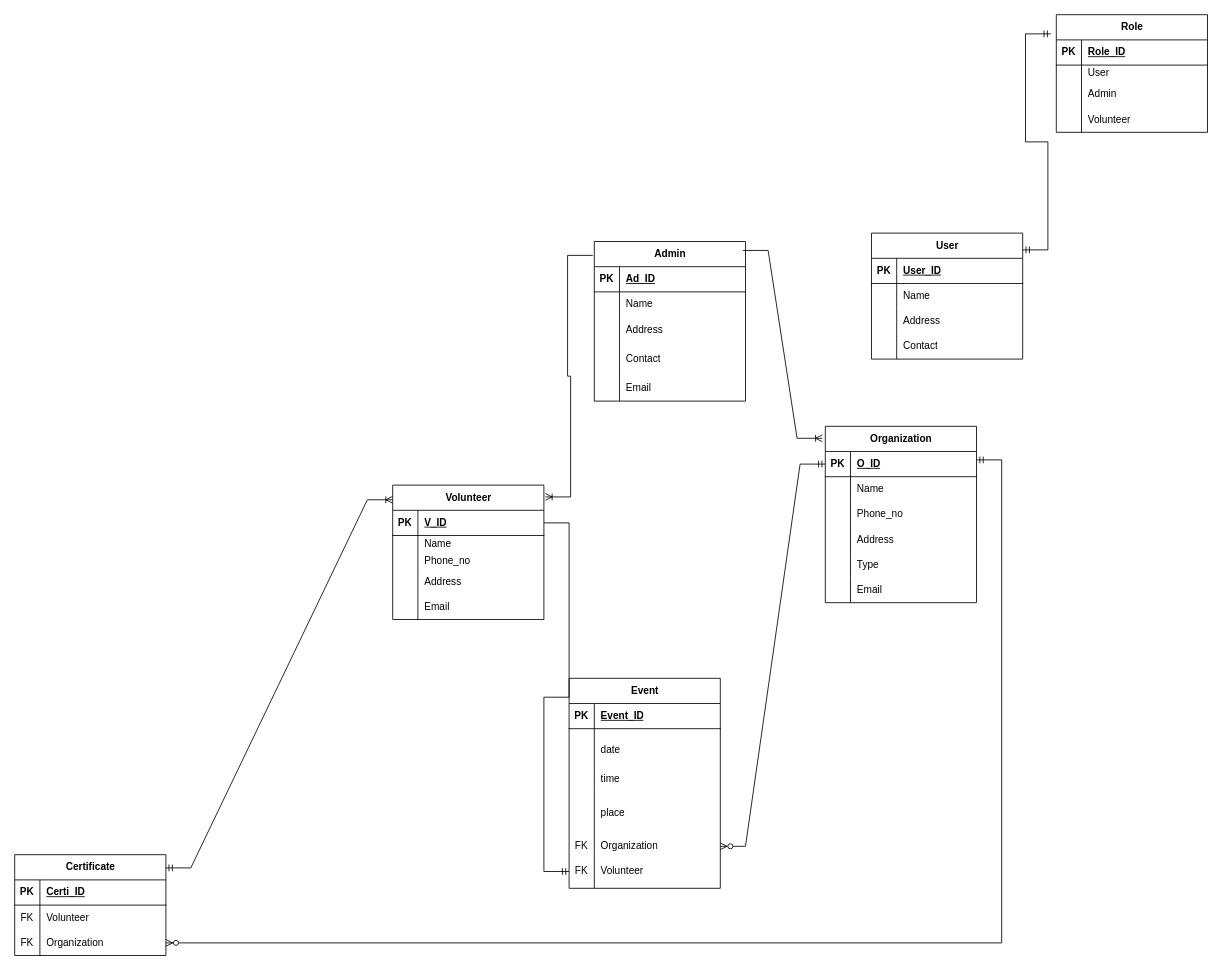
This is Untitled Diagram.drawio from Anisha01-1/System-moodeling, a draw.io file, before an edit. Source tidied: cells renumbered, new cells numbered last; positions are measured from the earlier drawing's top-left corner, leaving out a move shared by most shapes. Both pictures are drawn from the tidied source at 84%, with x=0, y=0 at pixel (14, 14).
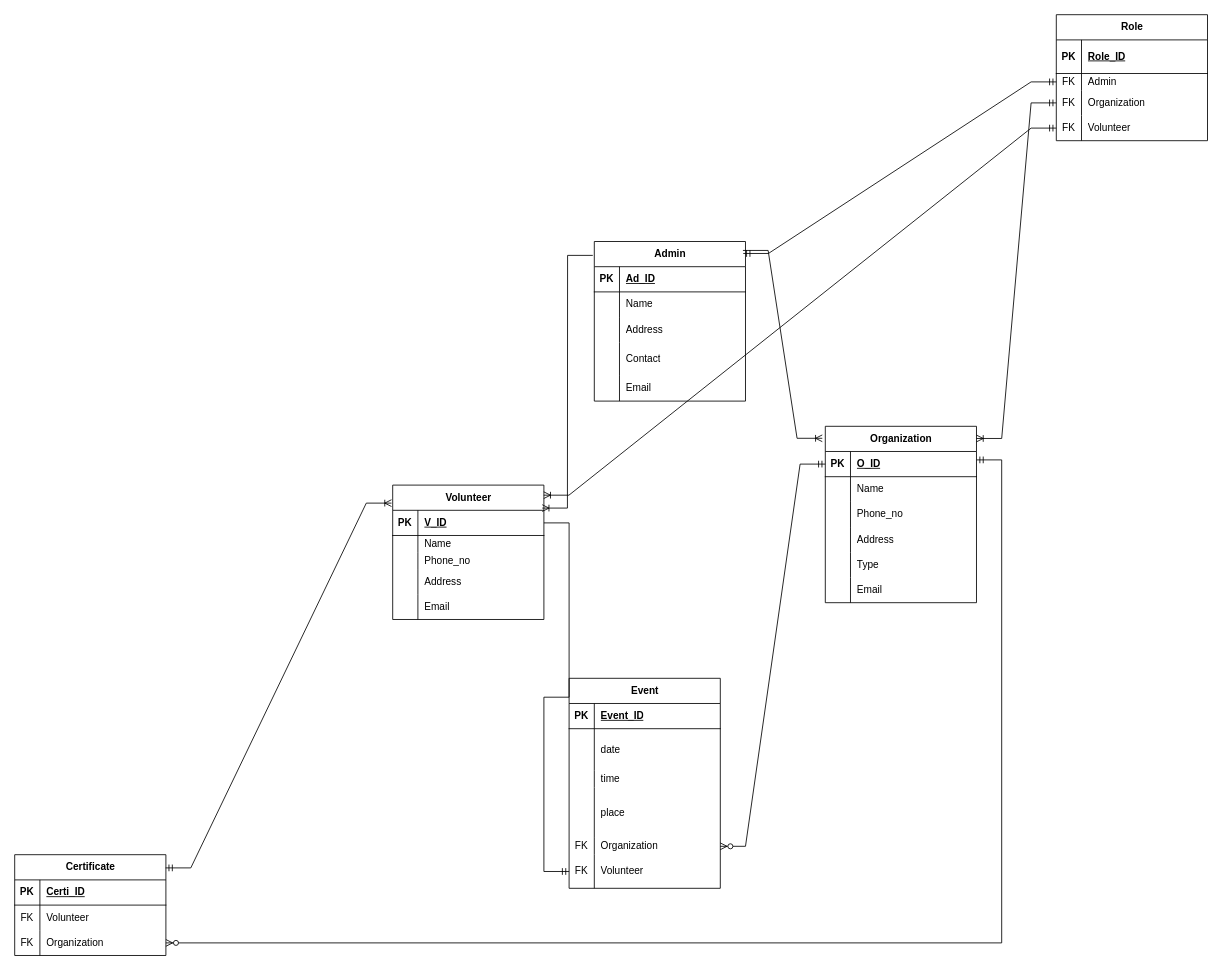
After the change.

The change refers to these unchanged cells:
```xml
<mxCell id="2" value="Volunteer" style="shape=table;startSize=30;childLayout=tableLayout;rowLines=0;fontStyle=1;align=center;html=1;" parent="1" vertex="1">
  <mxGeometry x="450" y="560" width="180" height="160" as="geometry" />
</mxCell>
<mxCell id="3" style="shape=tableRow;horizontal=0;startSize=0;swimlaneHead=0;swimlaneBody=0;fillColor=none;points=[[0,0.5],[1,0.5]];portConstraint=eastwest;top=0;left=0;right=0;bottom=1;" parent="2" vertex="1">
  <mxGeometry y="30" width="180" height="30" as="geometry" />
</mxCell>
<mxCell id="18" value="Organization" style="shape=table;startSize=30;childLayout=tableLayout;rowLines=0;fontStyle=1;align=center;html=1;" parent="1" vertex="1">
  <mxGeometry x="965" y="490" width="180" height="210" as="geometry" />
</mxCell>
<mxCell id="56" value="Certificate" style="shape=table;startSize=30;childLayout=tableLayout;rowLines=0;fontStyle=1;align=center;html=1;" parent="1" vertex="1">
  <mxGeometry y="1000" width="180" height="120" as="geometry" />
</mxCell>
<mxCell id="92" value="Admin" style="shape=table;startSize=30;childLayout=tableLayout;rowLines=0;fontStyle=1;align=center;html=1;" parent="1" vertex="1">
  <mxGeometry x="690" y="270" width="180" height="190" as="geometry" />
</mxCell>
```

Change to the diagram source:
```diff
@@
-    <mxCell id="66" value="User" style="shape=table;startSize=30;childLayout=tableLayout;rowLines=0;fontStyle=1;align=center;html=1;" parent="1" vertex="1">
-      <mxGeometry x="1020" y="260" width="180" height="150" as="geometry" />
-    </mxCell>
-    <mxCell id="67" style="shape=tableRow;horizontal=0;startSize=0;swimlaneHead=0;swimlaneBody=0;fillColor=none;top=0;left=0;right=0;bottom=1;" parent="66" vertex="1">
-      <mxGeometry y="30" width="180" height="30" as="geometry" />
-    </mxCell>
-    <mxCell id="68" value="PK" style="shape=partialRectangle;fillColor=none;top=0;left=0;bottom=0;right=0;fontStyle=1;overflow=hidden;whiteSpace=wrap;html=1;" parent="67" vertex="1">
-      <mxGeometry width="30" height="30" as="geometry" />
-    </mxCell>
-    <mxCell id="69" value="User_ID" style="shape=partialRectangle;fillColor=none;top=0;left=0;bottom=0;right=0;align=left;spacingLeft=6;fontStyle=5;overflow=hidden;whiteSpace=wrap;html=1;" parent="67" vertex="1">
-      <mxGeometry x="30" width="150" height="30" as="geometry" />
-    </mxCell>
-    <mxCell id="70" style="shape=tableRow;horizontal=0;startSize=0;swimlaneHead=0;swimlaneBody=0;fillColor=none;top=0;left=0;right=0;bottom=0;" parent="66" vertex="1">
-      <mxGeometry y="60" width="180" height="30" as="geometry" />
-    </mxCell>
-    <mxCell id="71" style="shape=partialRectangle;fillColor=none;top=0;left=0;bottom=0;right=0;overflow=hidden;whiteSpace=wrap;html=1;" parent="70" vertex="1">
-      <mxGeometry width="30" height="30" as="geometry" />
-    </mxCell>
-    <mxCell id="72" value="Name" style="shape=partialRectangle;fillColor=none;top=0;left=0;bottom=0;right=0;align=left;spacingLeft=6;overflow=hidden;whiteSpace=wrap;html=1;" parent="70" vertex="1">
-      <mxGeometry x="30" width="150" height="30" as="geometry" />
-    </mxCell>
-    <mxCell id="73" style="shape=tableRow;horizontal=0;startSize=0;swimlaneHead=0;swimlaneBody=0;fillColor=none;top=0;left=0;right=0;bottom=0;" parent="66" vertex="1">
-      <mxGeometry y="90" width="180" height="30" as="geometry" />
-    </mxCell>
-    <mxCell id="74" style="shape=partialRectangle;fillColor=none;top=0;left=0;bottom=0;right=0;overflow=hidden;whiteSpace=wrap;html=1;" parent="73" vertex="1">
-      <mxGeometry width="30" height="30" as="geometry" />
-    </mxCell>
-    <mxCell id="75" value="Address" style="shape=partialRectangle;fillColor=none;top=0;left=0;bottom=0;right=0;align=left;spacingLeft=6;overflow=hidden;whiteSpace=wrap;html=1;" parent="73" vertex="1">
-      <mxGeometry x="30" width="150" height="30" as="geometry" />
-    </mxCell>
-    <mxCell id="76" style="shape=tableRow;horizontal=0;startSize=0;swimlaneHead=0;swimlaneBody=0;fillColor=none;top=0;left=0;right=0;bottom=0;" parent="66" vertex="1">
-      <mxGeometry y="120" width="180" height="30" as="geometry" />
-    </mxCell>
-    <mxCell id="77" style="shape=partialRectangle;fillColor=none;top=0;left=0;bottom=0;right=0;overflow=hidden;whiteSpace=wrap;html=1;" parent="76" vertex="1">
-      <mxGeometry width="30" height="30" as="geometry" />
-    </mxCell>
-    <mxCell id="78" value="Contact" style="shape=partialRectangle;fillColor=none;top=0;left=0;bottom=0;right=0;align=left;spacingLeft=6;overflow=hidden;whiteSpace=wrap;html=1;" parent="76" vertex="1">
-      <mxGeometry x="30" width="150" height="30" as="geometry" />
-    </mxCell>
     <mxCell id="79" value="Role" style="shape=table;startSize=30;childLayout=tableLayout;rowLines=0;fontStyle=1;align=center;html=1;" parent="1" vertex="1">
-      <mxGeometry x="1240" width="180" height="140" as="geometry" />
+      <mxGeometry x="1240" width="180" height="150" as="geometry" />
     </mxCell>
     <mxCell id="80" style="shape=tableRow;horizontal=0;startSize=0;swimlaneHead=0;swimlaneBody=0;fillColor=none;top=0;left=0;right=0;bottom=1;" parent="79" vertex="1">
-      <mxGeometry y="30" width="180" height="30" as="geometry" />
+      <mxGeometry y="30" width="180" height="40" as="geometry" />
     </mxCell>
     <mxCell id="81" value="PK" style="shape=partialRectangle;fillColor=none;top=0;left=0;bottom=0;right=0;fontStyle=1;overflow=hidden;whiteSpace=wrap;html=1;" parent="80" vertex="1">
-      <mxGeometry width="30" height="30" as="geometry" />
+      <mxGeometry width="30" height="40" as="geometry" />
     </mxCell>
     <mxCell id="82" value="Role_ID" style="shape=partialRectangle;fillColor=none;top=0;left=0;bottom=0;right=0;align=left;spacingLeft=6;fontStyle=5;overflow=hidden;whiteSpace=wrap;html=1;" parent="80" vertex="1">
-      <mxGeometry x="30" width="150" height="30" as="geometry" />
+      <mxGeometry x="30" width="150" height="40" as="geometry" />
     </mxCell>
     <mxCell id="83" style="shape=tableRow;horizontal=0;startSize=0;swimlaneHead=0;swimlaneBody=0;fillColor=none;points=[[0,0.5],[1,0.5]];portConstraint=eastwest;top=0;left=0;right=0;bottom=0;" parent="79" vertex="1">
-      <mxGeometry y="60" width="180" height="20" as="geometry" />
+      <mxGeometry y="70" width="180" height="20" as="geometry" />
     </mxCell>
-    <mxCell id="84" style="shape=partialRectangle;fillColor=none;top=0;left=0;bottom=0;right=0;overflow=hidden;whiteSpace=wrap;html=1;" parent="83" vertex="1">
+    <mxCell id="84" value="FK" style="shape=partialRectangle;fillColor=none;top=0;left=0;bottom=0;right=0;overflow=hidden;whiteSpace=wrap;html=1;" parent="83" vertex="1">
       <mxGeometry width="30" height="20" as="geometry" />
     </mxCell>
-    <mxCell id="85" value="User" style="shape=partialRectangle;fillColor=none;top=0;left=0;bottom=0;right=0;align=left;spacingLeft=6;overflow=hidden;whiteSpace=wrap;html=1;" parent="83" vertex="1">
+    <mxCell id="85" value="Admin" style="shape=partialRectangle;fillColor=none;top=0;left=0;bottom=0;right=0;align=left;spacingLeft=6;overflow=hidden;whiteSpace=wrap;html=1;" parent="83" vertex="1">
       <mxGeometry x="30" width="150" height="20" as="geometry" />
     </mxCell>
     <mxCell id="86" style="shape=tableRow;horizontal=0;startSize=0;swimlaneHead=0;swimlaneBody=0;fillColor=none;points=[[0,0.5],[1,0.5]];portConstraint=eastwest;top=0;left=0;right=0;bottom=0;" parent="79" vertex="1">
-      <mxGeometry y="80" width="180" height="30" as="geometry" />
+      <mxGeometry y="90" width="180" height="30" as="geometry" />
     </mxCell>
-    <mxCell id="87" style="shape=partialRectangle;fillColor=none;top=0;left=0;bottom=0;right=0;overflow=hidden;whiteSpace=wrap;html=1;" parent="86" vertex="1">
+    <mxCell id="87" value="FK" style="shape=partialRectangle;fillColor=none;top=0;left=0;bottom=0;right=0;overflow=hidden;whiteSpace=wrap;html=1;" parent="86" vertex="1">
       <mxGeometry width="30" height="30" as="geometry" />
     </mxCell>
-    <mxCell id="88" value="Admin" style="shape=partialRectangle;fillColor=none;top=0;left=0;bottom=0;right=0;align=left;spacingLeft=6;overflow=hidden;whiteSpace=wrap;html=1;" parent="86" vertex="1">
+    <mxCell id="88" value="Organization" style="shape=partialRectangle;fillColor=none;top=0;left=0;bottom=0;right=0;align=left;spacingLeft=6;overflow=hidden;whiteSpace=wrap;html=1;" parent="86" vertex="1">
       <mxGeometry x="30" width="150" height="30" as="geometry" />
     </mxCell>
     <mxCell id="89" style="shape=tableRow;horizontal=0;startSize=0;swimlaneHead=0;swimlaneBody=0;fillColor=none;points=[[0,0.5],[1,0.5]];portConstraint=eastwest;top=0;left=0;right=0;bottom=0;" parent="79" vertex="1">
-      <mxGeometry y="110" width="180" height="30" as="geometry" />
+      <mxGeometry y="120" width="180" height="30" as="geometry" />
     </mxCell>
-    <mxCell id="90" style="shape=partialRectangle;fillColor=none;top=0;left=0;bottom=0;right=0;overflow=hidden;whiteSpace=wrap;html=1;" parent="89" vertex="1">
+    <mxCell id="90" value="FK" style="shape=partialRectangle;fillColor=none;top=0;left=0;bottom=0;right=0;overflow=hidden;whiteSpace=wrap;html=1;" parent="89" vertex="1">
       <mxGeometry width="30" height="30" as="geometry" />
     </mxCell>
@@
-    <mxCell id="109" style="edgeStyle=entityRelationEdgeStyle;fontSize=12;html=1;endArrow=ERoneToMany;rounded=0;entryX=1.01;entryY=0.088;entryDx=0;entryDy=0;exitX=-0.01;exitY=0.087;exitDx=0;exitDy=0;exitPerimeter=0;entryPerimeter=0;" parent="1" edge="1" source="92" target="2">
+    <mxCell id="109" style="edgeStyle=entityRelationEdgeStyle;fontSize=12;html=1;endArrow=ERoneToMany;rounded=0;entryX=0.989;entryY=0.171;entryDx=0;entryDy=0;exitX=-0.01;exitY=0.087;exitDx=0;exitDy=0;exitPerimeter=0;entryPerimeter=0;" parent="1" edge="1" source="92" target="2">
       <mxGeometry relative="1" as="geometry">
         <Array as="points">
           <mxPoint x="580.4" y="631.1" />
           <mxPoint x="620" y="570" />
           <mxPoint x="640" y="500" />
         </Array>
       </mxGeometry>
     </mxCell>
-    <mxCell id="110" style="edgeStyle=entityRelationEdgeStyle;fontSize=12;html=1;endArrow=ERoneToMany;startArrow=ERmandOne;rounded=0;entryX=-0.001;entryY=-0.418;entryDx=0;entryDy=0;entryPerimeter=0;exitX=0.998;exitY=0.131;exitDx=0;exitDy=0;exitPerimeter=0;" parent="1" edge="1" source="56" target="3">
+    <mxCell id="110" style="edgeStyle=entityRelationEdgeStyle;fontSize=12;html=1;endArrow=ERoneToMany;startArrow=ERmandOne;rounded=0;exitX=0.998;exitY=0.131;exitDx=0;exitDy=0;exitPerimeter=0;entryX=-0.008;entryY=0.134;entryDx=0;entryDy=0;entryPerimeter=0;" parent="1" edge="1" source="56" target="2">
       <mxGeometry relative="1" as="geometry" />
     </mxCell>
@@
-    <mxCell id="114" style="edgeStyle=entityRelationEdgeStyle;fontSize=12;html=1;endArrow=ERmandOne;startArrow=ERmandOne;rounded=0;entryX=-0.037;entryY=0.163;entryDx=0;entryDy=0;entryPerimeter=0;" parent="1" edge="1" target="79">
-      <mxGeometry relative="1" as="geometry">
-        <mxPoint x="1200" y="280" as="sourcePoint" />
-      </mxGeometry>
-    </mxCell>
+    <mxCell id="115" style="edgeStyle=entityRelationEdgeStyle;fontSize=12;html=1;endArrow=ERmandOne;startArrow=ERmandOne;rounded=0;exitX=0.985;exitY=0.075;exitDx=0;exitDy=0;exitPerimeter=0;entryX=0;entryY=0.5;entryDx=0;entryDy=0;" parent="1" edge="1" source="92" target="83">
+      <mxGeometry relative="1" as="geometry" />
+    </mxCell>
+    <mxCell id="116" style="edgeStyle=entityRelationEdgeStyle;fontSize=12;html=1;endArrow=ERoneToMany;startArrow=ERmandOne;rounded=0;exitX=0;exitY=0.5;exitDx=0;exitDy=0;entryX=1;entryY=0.069;entryDx=0;entryDy=0;entryPerimeter=0;" parent="1" edge="1" source="86" target="18">
+      <mxGeometry relative="1" as="geometry" />
+    </mxCell>
+    <mxCell id="117" style="edgeStyle=entityRelationEdgeStyle;fontSize=12;html=1;endArrow=ERoneToMany;startArrow=ERmandOne;rounded=0;exitX=0;exitY=0.5;exitDx=0;exitDy=0;entryX=0.999;entryY=0.075;entryDx=0;entryDy=0;entryPerimeter=0;" parent="1" edge="1" source="89" target="2">
+      <mxGeometry relative="1" as="geometry">
+        <Array as="points">
+          <mxPoint x="270" y="270" />
+          <mxPoint x="440" y="390" />
+        </Array>
+      </mxGeometry>
+    </mxCell>
```
